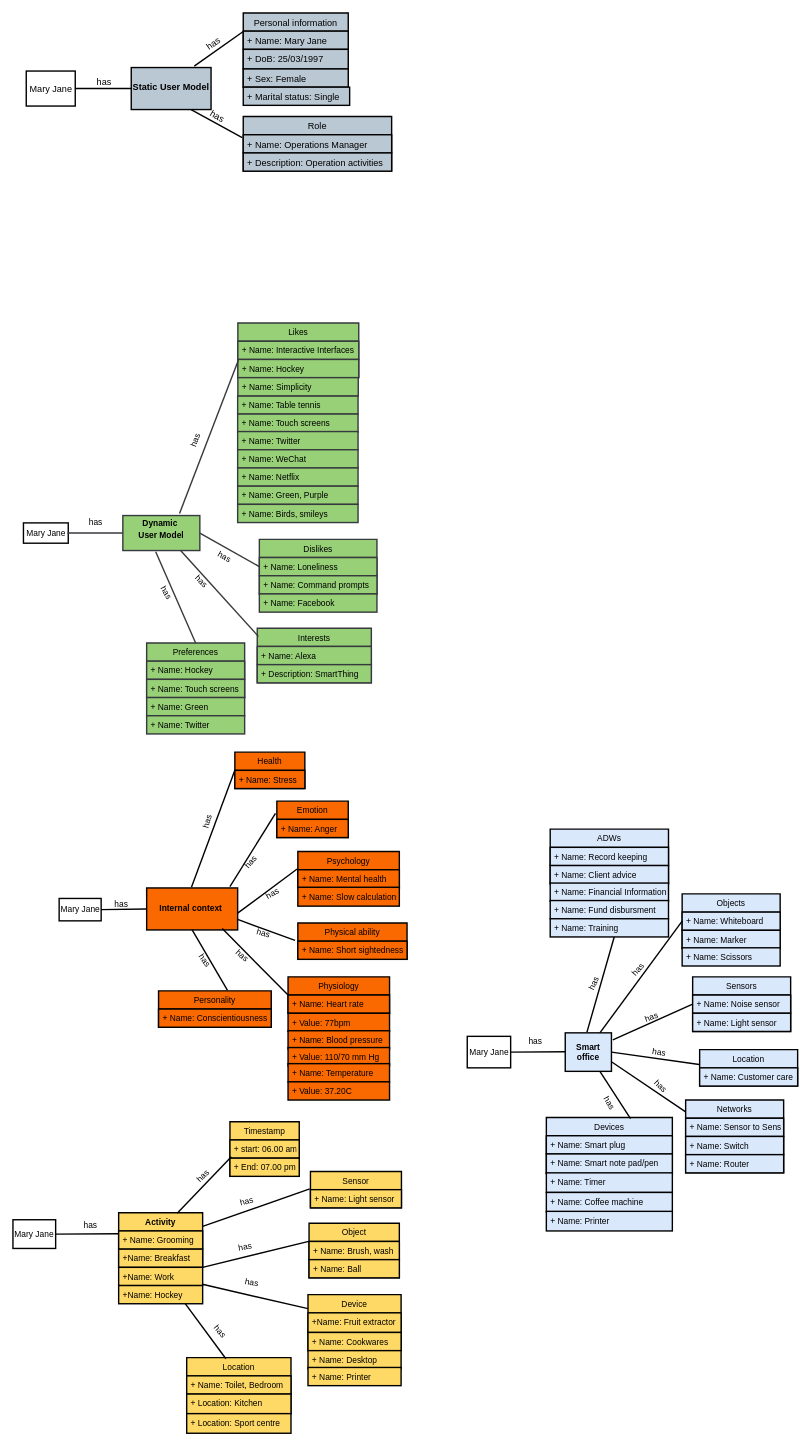
Before: User model implemetations.drawio in oluwande/zmPDSwR, a draw.io diagram. Source tidied: cells renumbered, new cells numbered last; positions are measured from the earlier drawing's top-left corner, leaving out a move shared by most shapes. Both pictures are drawn from the tidied source at 70%, with x=0, y=0 at pixel (13, 13).
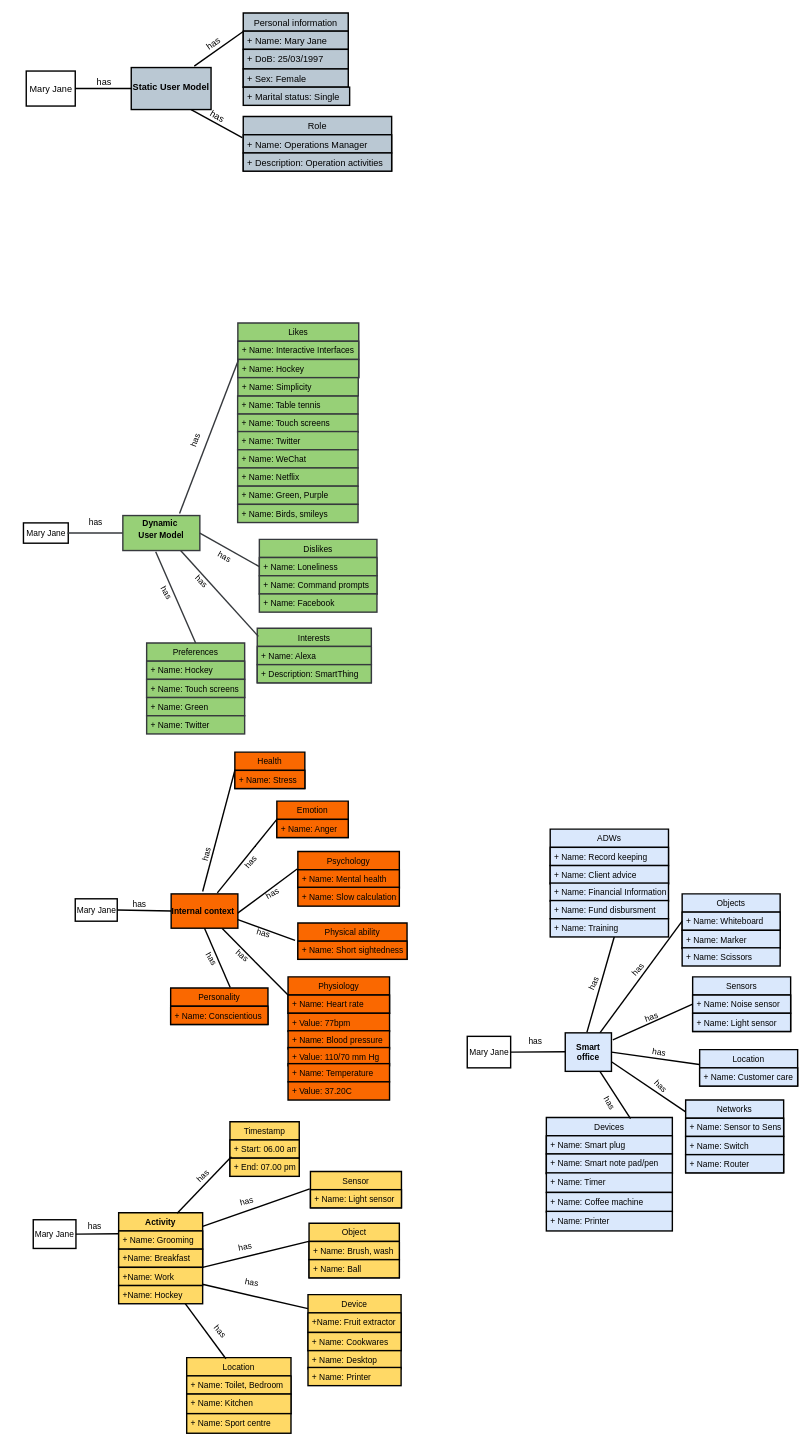
Above is the later version.

Unchanged cells that the change refers to:
```xml
<mxCell id="51" value="Health" style="swimlane;fontStyle=0;align=center;verticalAlign=top;horizontal=1;startSize=26;fillColor=#fa6800;strokeColor=#000000;strokeWidth=2;fontColor=#000000;fontSize=12;" parent="1" vertex="1">
  <mxGeometry x="317" y="1056" width="100" height="52" as="geometry" />
</mxCell>
<mxCell id="53" value="Emotion" style="swimlane;fontStyle=0;align=center;verticalAlign=top;horizontal=1;startSize=26;fillColor=#FA6800;strokeColor=#000000;strokeWidth=2;fontColor=#000000;fontSize=12;" parent="1" vertex="1">
  <mxGeometry x="377" y="1126" width="102" height="52" as="geometry" />
</mxCell>
<mxCell id="79" value="Timestamp" style="swimlane;fontStyle=0;align=center;verticalAlign=top;horizontal=1;startSize=26;fontSize=12;strokeColor=#000000;strokeWidth=2;fillColor=#FFD966;fontColor=#000000;" parent="1" vertex="1">
  <mxGeometry x="310" y="1584" width="99" height="78" as="geometry" />
</mxCell>
<mxCell id="85" value="Location" style="swimlane;fontStyle=0;align=center;verticalAlign=top;horizontal=1;startSize=26;fontSize=12;strokeColor=#000000;strokeWidth=2;fillColor=#FFD966;fontColor=#000000;" parent="1" vertex="1">
  <mxGeometry x="248.2" y="1921" width="149" height="80" as="geometry" />
</mxCell>
```

Change to the diagram source:
```diff
@@
     <mxCell id="48" value="Mary Jane" style="html=1;fontSize=12;strokeWidth=2;" parent="1" vertex="1">
-      <mxGeometry x="66" y="1265" width="60" height="32" as="geometry" />
+      <mxGeometry x="89" y="1265.5" width="60" height="32" as="geometry" />
     </mxCell>
@@
     <mxCell id="55" style="endArrow=none;html=1;rounded=0;fontSize=12;strokeWidth=2;entryX=0;entryY=0.5;entryDx=0;entryDy=0;" parent="1" edge="1" target="51">
       <mxGeometry relative="1" as="geometry">
-        <mxPoint x="255" y="1249" as="sourcePoint" />
+        <mxPoint x="271" y="1255" as="sourcePoint" />
       </mxGeometry>
     </mxCell>
-    <mxCell id="56" style="endArrow=none;html=1;rounded=0;entryX=-0.019;entryY=0.337;entryDx=0;entryDy=0;entryPerimeter=0;fontSize=12;strokeWidth=2;" parent="1" edge="1" target="53">
+    <mxCell id="56" style="endArrow=none;html=1;rounded=0;entryX=0;entryY=0.5;entryDx=0;entryDy=0;fontSize=12;strokeWidth=2;" parent="1" edge="1" target="53">
       <mxGeometry relative="1" as="geometry">
-        <mxPoint x="310" y="1248" as="sourcePoint" />
+        <mxPoint x="292" y="1257" as="sourcePoint" />
       </mxGeometry>
     </mxCell>
@@
     <mxCell id="59" value="has" style="text;html=1;strokeColor=none;fillColor=none;align=center;verticalAlign=middle;whiteSpace=wrap;rounded=0;fontSize=12;strokeWidth=2;" parent="1" vertex="1">
-      <mxGeometry x="125" y="1258" width="60" height="30" as="geometry" />
+      <mxGeometry x="151" y="1258.5" width="60" height="30" as="geometry" />
     </mxCell>
     <mxCell id="60" value="has" style="text;html=1;strokeColor=none;fillColor=none;align=center;verticalAlign=middle;whiteSpace=wrap;rounded=0;rotation=-75;fontSize=12;strokeWidth=2;" parent="1" vertex="1">
-      <mxGeometry x="248.2" y="1140" width="60" height="30" as="geometry" />
+      <mxGeometry x="247" y="1187" width="60" height="30" as="geometry" />
     </mxCell>
@@
     <mxCell id="67" value="&lt;b style=&quot;font-size: 12px;&quot;&gt;Internal context&amp;nbsp;&lt;/b&gt;" style="rounded=0;whiteSpace=wrap;html=1;strokeColor=#000000;strokeWidth=2;fillColor=#FA6800;fontSize=12;" parent="1" vertex="1">
-      <mxGeometry x="191" y="1250" width="130" height="60" as="geometry" />
+      <mxGeometry x="226" y="1258.5" width="95.3" height="49" as="geometry" />
     </mxCell>
     <mxCell id="68" value="Personality" style="swimlane;fontStyle=0;align=center;verticalAlign=top;horizontal=1;startSize=26;fillColor=#FA6800;strokeColor=#000000;strokeWidth=2;fontColor=#000000;fontSize=12;" parent="1" vertex="1">
-      <mxGeometry x="208" y="1397" width="161" height="52" as="geometry" />
+      <mxGeometry x="225.3" y="1393" width="139" height="52" as="geometry" />
     </mxCell>
-    <mxCell id="69" value="+ Name: Conscientiousness" style="text;strokeColor=#000000;fillColor=#fa6800;align=left;verticalAlign=top;spacingLeft=4;spacingRight=4;overflow=hidden;strokeWidth=2;fontColor=#000000;fontSize=12;" parent="68" vertex="1">
-      <mxGeometry y="26" width="161" height="26" as="geometry" />
+    <mxCell id="69" value="+ Name: Conscientious" style="text;strokeColor=#000000;fillColor=#fa6800;align=left;verticalAlign=top;spacingLeft=4;spacingRight=4;overflow=hidden;strokeWidth=2;fontColor=#000000;fontSize=12;" parent="68" vertex="1">
+      <mxGeometry y="26" width="139" height="26" as="geometry" />
     </mxCell>
@@
-    <mxCell id="72" value="has" style="text;html=1;strokeColor=none;fillColor=none;align=center;verticalAlign=middle;whiteSpace=wrap;rounded=0;rotation=55;fontSize=12;strokeWidth=2;" parent="1" vertex="1">
-      <mxGeometry x="244.2" y="1339" width="60" height="30" as="geometry" />
+    <mxCell id="72" value="has" style="text;html=1;strokeColor=none;fillColor=none;align=center;verticalAlign=middle;whiteSpace=wrap;rounded=0;rotation=60;fontSize=12;strokeWidth=2;" parent="1" vertex="1">
+      <mxGeometry x="254.2" y="1336.5" width="60" height="30" as="geometry" />
     </mxCell>
     <mxCell id="73" value="Mary Jane" style="rounded=0;whiteSpace=wrap;html=1;fontSize=12;strokeColor=#000000;strokeWidth=2;fillColor=#FFFFFF;" parent="1" vertex="1">
-      <mxGeometry y="1724" width="61" height="41" as="geometry" />
+      <mxGeometry x="29" y="1724" width="61" height="41" as="geometry" />
     </mxCell>
@@
-    <mxCell id="80" value="+ start: 06.00 am" style="text;strokeColor=#000000;fillColor=#FFD966;align=left;verticalAlign=top;spacingLeft=4;spacingRight=4;overflow=hidden;fontSize=12;fontStyle=0;fontColor=#000000;strokeWidth=2;" parent="79" vertex="1">
+    <mxCell id="80" value="+ Start: 06.00 am" style="text;strokeColor=#000000;fillColor=#FFD966;align=left;verticalAlign=top;spacingLeft=4;spacingRight=4;overflow=hidden;fontSize=12;fontStyle=0;fontColor=#000000;strokeWidth=2;" parent="79" vertex="1">
       <mxGeometry y="26" width="99" height="26" as="geometry" />
     </mxCell>
@@
-    <mxCell id="87" value="+ Location: Kitchen" style="text;strokeColor=#000000;fillColor=#FFD966;align=left;verticalAlign=top;spacingLeft=4;spacingRight=4;overflow=hidden;fontSize=12;fontStyle=0;fontColor=#000000;strokeWidth=2;" parent="85" vertex="1">
+    <mxCell id="87" value="+ Name: Kitchen" style="text;strokeColor=#000000;fillColor=#FFD966;align=left;verticalAlign=top;spacingLeft=4;spacingRight=4;overflow=hidden;fontSize=12;fontStyle=0;fontColor=#000000;strokeWidth=2;" parent="85" vertex="1">
       <mxGeometry y="52" width="149" height="28" as="geometry" />
     </mxCell>
@@
     <mxCell id="98" value="has" style="text;html=1;strokeColor=#FFFFFF;fillColor=none;align=center;verticalAlign=middle;whiteSpace=wrap;rounded=0;fontSize=12;rotation=0;strokeWidth=2;" parent="1" vertex="1">
-      <mxGeometry x="81" y="1717" width="60" height="30" as="geometry" />
+      <mxGeometry x="96" y="1719" width="42" height="30" as="geometry" />
     </mxCell>
@@
-    <mxCell id="105" value="+ Location: Sport centre" style="text;strokeColor=#000000;fillColor=#FFD966;align=left;verticalAlign=top;spacingLeft=4;spacingRight=4;overflow=hidden;fontSize=12;fontStyle=0;fontColor=#000000;strokeWidth=2;" parent="1" vertex="1">
+    <mxCell id="105" value="+ Name: Sport centre" style="text;strokeColor=#000000;fillColor=#FFD966;align=left;verticalAlign=top;spacingLeft=4;spacingRight=4;overflow=hidden;fontSize=12;fontStyle=0;fontColor=#000000;strokeWidth=2;" parent="1" vertex="1">
       <mxGeometry x="248.2" y="2001" width="149" height="28" as="geometry" />
     </mxCell>
```
